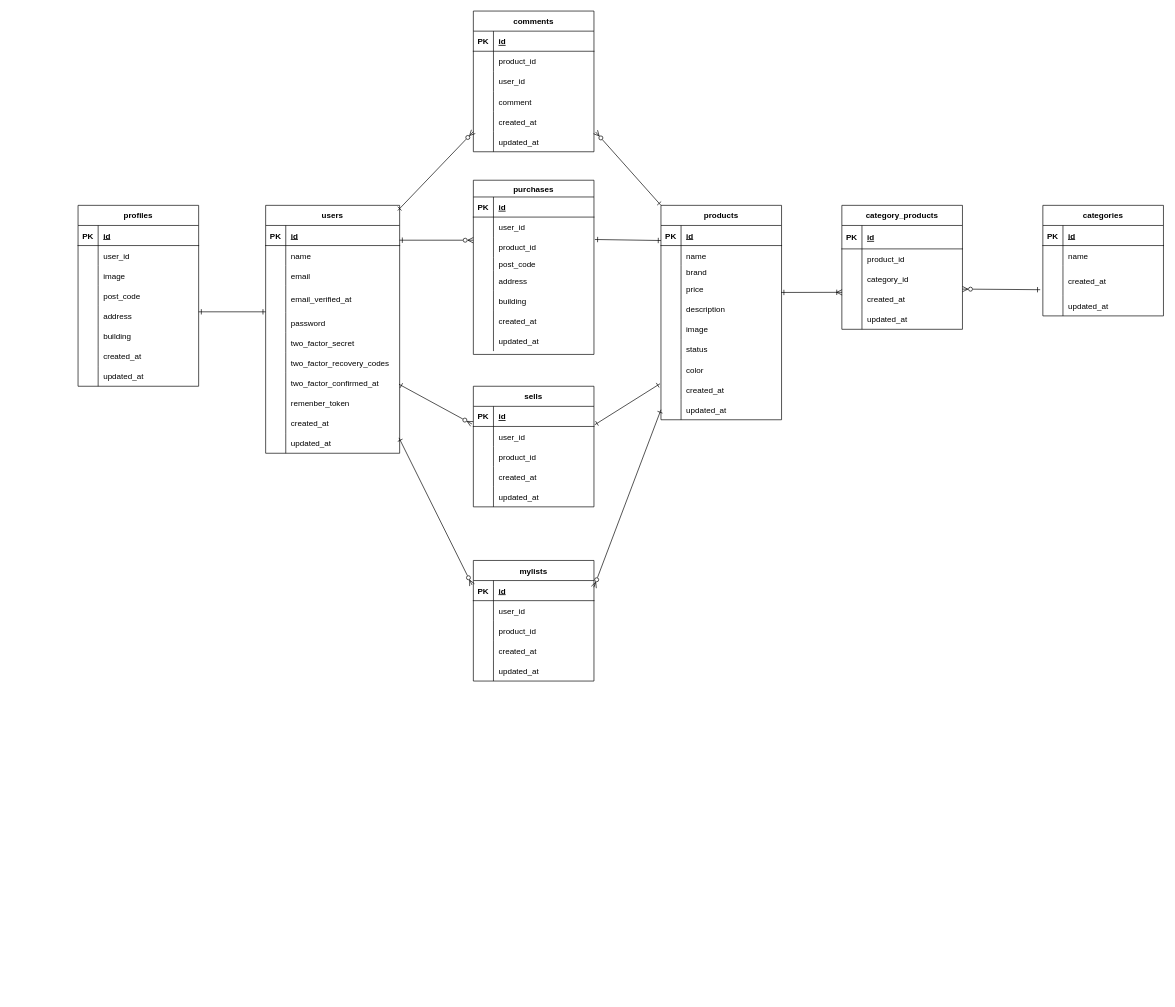
The draw.io diagram src/database/er.drawio in NaoyaNoro/coachtech-market, before the edit. Source tidied: cells renumbered, new cells numbered last; positions are measured from the earlier drawing's top-left corner, leaving out a move shared by most shapes. Both pictures are drawn from the tidied source at 67%, with x=0, y=0 at pixel (78, 11).
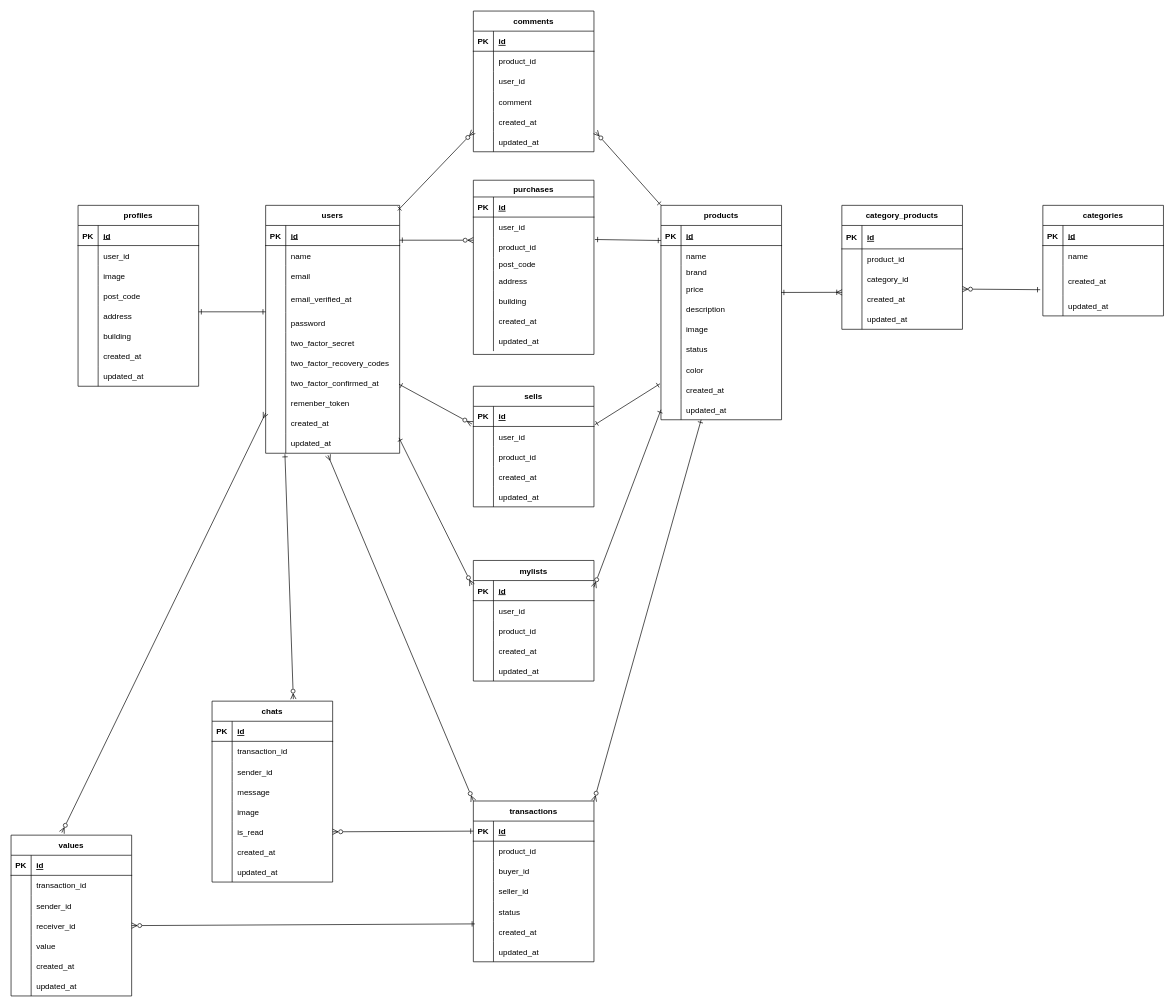
The same page after the edit.

Unchanged cells that the change refers to:
```xml
<mxCell id="58" style="shape=tableRow;horizontal=0;startSize=0;swimlaneHead=0;swimlaneBody=0;fillColor=none;points=[[0,0.5],[1,0.5]];portConstraint=eastwest;top=0;left=0;right=0;bottom=0;shadow=0;" parent="27" vertex="1">
  <mxGeometry y="340" width="200" height="30" as="geometry" />
</mxCell>
```

Diff of the diagram source:
```diff
@@
+    <mxCell id="208" value="transactions" style="shape=table;startSize=30;childLayout=tableLayout;rowLines=0;fontStyle=1;align=center;" parent="1" vertex="1">
+      <mxGeometry x="590" y="1179" width="180" height="240" as="geometry" />
+    </mxCell>
+    <mxCell id="209" style="shape=tableRow;horizontal=0;startSize=0;swimlaneHead=0;swimlaneBody=0;fillColor=none;points=[[0,0.5],[1,0.5]];portConstraint=eastwest;top=0;left=0;right=0;bottom=1;" parent="208" vertex="1">
+      <mxGeometry y="30" width="180" height="30" as="geometry" />
+    </mxCell>
+    <mxCell id="210" value="PK" style="shape=partialRectangle;fillColor=none;top=0;left=0;bottom=0;right=0;fontStyle=1;overflow=hidden;" parent="209" vertex="1">
+      <mxGeometry width="30" height="30" as="geometry" />
+    </mxCell>
+    <mxCell id="211" value="id" style="shape=partialRectangle;fillColor=none;top=0;left=0;bottom=0;right=0;align=left;spacingLeft=6;fontStyle=5;overflow=hidden;" parent="209" vertex="1">
+      <mxGeometry x="30" width="150" height="30" as="geometry" />
+    </mxCell>
+    <mxCell id="212" style="shape=tableRow;horizontal=0;startSize=0;swimlaneHead=0;swimlaneBody=0;fillColor=none;top=0;left=0;right=0;bottom=0;" parent="208" vertex="1">
+      <mxGeometry y="60" width="180" height="30" as="geometry" />
+    </mxCell>
+    <mxCell id="213" style="shape=partialRectangle;fillColor=none;top=0;left=0;bottom=0;right=0;overflow=hidden;" parent="212" vertex="1">
+      <mxGeometry width="30" height="30" as="geometry" />
+    </mxCell>
+    <mxCell id="214" value="product_id" style="shape=partialRectangle;fillColor=none;top=0;left=0;bottom=0;right=0;align=left;spacingLeft=6;overflow=hidden;" parent="212" vertex="1">
+      <mxGeometry x="30" width="150" height="30" as="geometry" />
+    </mxCell>
+    <mxCell id="215" style="shape=tableRow;horizontal=0;startSize=0;swimlaneHead=0;swimlaneBody=0;fillColor=none;top=0;left=0;right=0;bottom=0;" parent="208" vertex="1">
+      <mxGeometry y="90" width="180" height="30" as="geometry" />
+    </mxCell>
+    <mxCell id="216" style="shape=partialRectangle;fillColor=none;top=0;left=0;bottom=0;right=0;overflow=hidden;" parent="215" vertex="1">
+      <mxGeometry width="30" height="30" as="geometry" />
+    </mxCell>
+    <mxCell id="217" value="buyer_id" style="shape=partialRectangle;fillColor=none;top=0;left=0;bottom=0;right=0;align=left;spacingLeft=6;overflow=hidden;" parent="215" vertex="1">
+      <mxGeometry x="30" width="150" height="30" as="geometry" />
+    </mxCell>
+    <mxCell id="218" style="shape=tableRow;horizontal=0;startSize=0;swimlaneHead=0;swimlaneBody=0;fillColor=none;top=0;left=0;right=0;bottom=0;" parent="208" vertex="1">
+      <mxGeometry y="120" width="180" height="30" as="geometry" />
+    </mxCell>
+    <mxCell id="219" style="shape=partialRectangle;fillColor=none;top=0;left=0;bottom=0;right=0;overflow=hidden;" parent="218" vertex="1">
+      <mxGeometry width="30" height="30" as="geometry" />
+    </mxCell>
+    <mxCell id="220" value="seller_id" style="shape=partialRectangle;fillColor=none;top=0;left=0;bottom=0;right=0;align=left;spacingLeft=6;overflow=hidden;" parent="218" vertex="1">
+      <mxGeometry x="30" width="150" height="30" as="geometry" />
+    </mxCell>
+    <mxCell id="221" style="shape=tableRow;horizontal=0;startSize=0;swimlaneHead=0;swimlaneBody=0;fillColor=none;top=0;left=0;right=0;bottom=0;" parent="208" vertex="1">
+      <mxGeometry y="150" width="180" height="30" as="geometry" />
+    </mxCell>
+    <mxCell id="222" style="shape=partialRectangle;fillColor=none;top=0;left=0;bottom=0;right=0;overflow=hidden;" parent="221" vertex="1">
+      <mxGeometry width="30" height="30" as="geometry" />
+    </mxCell>
+    <mxCell id="223" value="status" style="shape=partialRectangle;fillColor=none;top=0;left=0;bottom=0;right=0;align=left;spacingLeft=6;overflow=hidden;" parent="221" vertex="1">
+      <mxGeometry x="30" width="150" height="30" as="geometry" />
+    </mxCell>
+    <mxCell id="224" style="shape=tableRow;horizontal=0;startSize=0;swimlaneHead=0;swimlaneBody=0;fillColor=none;points=[[0,0.5],[1,0.5]];portConstraint=eastwest;top=0;left=0;right=0;bottom=0;shadow=0;" parent="208" vertex="1">
+      <mxGeometry y="180" width="180" height="30" as="geometry" />
+    </mxCell>
+    <mxCell id="225" style="shape=partialRectangle;fillColor=none;top=0;left=0;bottom=0;right=0;overflow=hidden;" parent="224" vertex="1">
+      <mxGeometry width="30" height="30" as="geometry" />
+    </mxCell>
+    <mxCell id="226" value="created_at" style="shape=partialRectangle;fillColor=none;top=0;left=0;bottom=0;right=0;align=left;spacingLeft=6;overflow=hidden;" parent="224" vertex="1">
+      <mxGeometry x="30" width="150" height="30" as="geometry" />
+    </mxCell>
+    <mxCell id="227" style="shape=tableRow;horizontal=0;startSize=0;swimlaneHead=0;swimlaneBody=0;fillColor=none;top=0;left=0;right=0;bottom=0;shadow=0;" parent="208" vertex="1">
+      <mxGeometry y="210" width="180" height="30" as="geometry" />
+    </mxCell>
+    <mxCell id="228" style="shape=partialRectangle;fillColor=none;top=0;left=0;bottom=0;right=0;overflow=hidden;" parent="227" vertex="1">
+      <mxGeometry width="30" height="30" as="geometry" />
+    </mxCell>
+    <mxCell id="229" value="updated_at" style="shape=partialRectangle;fillColor=none;top=0;left=0;bottom=0;right=0;align=left;spacingLeft=6;overflow=hidden;" parent="227" vertex="1">
+      <mxGeometry x="30" width="150" height="30" as="geometry" />
+    </mxCell>
+    <mxCell id="230" style="edgeStyle=none;html=1;exitX=1;exitY=0;exitDx=0;exitDy=0;entryX=0.997;entryY=0.226;entryDx=0;entryDy=0;startArrow=ERzeroToMany;startFill=0;endArrow=ERone;endFill=0;entryPerimeter=0;" parent="1" edge="1" source="208">
+      <mxGeometry relative="1" as="geometry">
+        <mxPoint x="930" y="610" as="targetPoint" />
+      </mxGeometry>
+    </mxCell>
+    <mxCell id="231" style="edgeStyle=none;html=1;entryX=0.465;entryY=1.1;entryDx=0;entryDy=0;startArrow=ERzeroToMany;startFill=0;endArrow=ERmany;endFill=0;entryPerimeter=0;exitX=0;exitY=0;exitDx=0;exitDy=0;" parent="1" edge="1" source="208" target="58">
+      <mxGeometry relative="1" as="geometry" />
+    </mxCell>
+    <mxCell id="232" value="chats" style="shape=table;startSize=30;childLayout=tableLayout;rowLines=0;fontStyle=1;align=center;" parent="1" vertex="1">
+      <mxGeometry x="200" y="1030" width="180" height="270" as="geometry" />
+    </mxCell>
+    <mxCell id="233" style="shape=tableRow;horizontal=0;startSize=0;swimlaneHead=0;swimlaneBody=0;fillColor=none;top=0;left=0;right=0;bottom=1;" parent="232" vertex="1">
+      <mxGeometry y="30" width="180" height="30" as="geometry" />
+    </mxCell>
+    <mxCell id="234" value="PK" style="shape=partialRectangle;fillColor=none;top=0;left=0;bottom=0;right=0;fontStyle=1;overflow=hidden;" parent="233" vertex="1">
+      <mxGeometry width="30" height="30" as="geometry" />
+    </mxCell>
+    <mxCell id="235" value="id" style="shape=partialRectangle;fillColor=none;top=0;left=0;bottom=0;right=0;align=left;spacingLeft=6;fontStyle=5;overflow=hidden;" parent="233" vertex="1">
+      <mxGeometry x="30" width="150" height="30" as="geometry" />
+    </mxCell>
+    <mxCell id="236" style="shape=tableRow;horizontal=0;startSize=0;swimlaneHead=0;swimlaneBody=0;fillColor=none;top=0;left=0;right=0;bottom=0;" parent="232" vertex="1">
+      <mxGeometry y="60" width="180" height="30" as="geometry" />
+    </mxCell>
+    <mxCell id="237" style="shape=partialRectangle;fillColor=none;top=0;left=0;bottom=0;right=0;overflow=hidden;" parent="236" vertex="1">
+      <mxGeometry width="30" height="30" as="geometry" />
+    </mxCell>
+    <mxCell id="238" value="transaction_id" style="shape=partialRectangle;fillColor=none;top=0;left=0;bottom=0;right=0;align=left;spacingLeft=6;overflow=hidden;" parent="236" vertex="1">
+      <mxGeometry x="30" width="150" height="30" as="geometry" />
+    </mxCell>
+    <mxCell id="239" style="shape=tableRow;horizontal=0;startSize=0;swimlaneHead=0;swimlaneBody=0;fillColor=none;top=0;left=0;right=0;bottom=0;" parent="232" vertex="1">
+      <mxGeometry y="90" width="180" height="30" as="geometry" />
+    </mxCell>
+    <mxCell id="240" style="shape=partialRectangle;fillColor=none;top=0;left=0;bottom=0;right=0;overflow=hidden;" parent="239" vertex="1">
+      <mxGeometry width="30" height="30" as="geometry" />
+    </mxCell>
+    <mxCell id="241" value="sender_id" style="shape=partialRectangle;fillColor=none;top=0;left=0;bottom=0;right=0;align=left;spacingLeft=6;overflow=hidden;" parent="239" vertex="1">
+      <mxGeometry x="30" width="150" height="30" as="geometry" />
+    </mxCell>
+    <mxCell id="242" style="shape=tableRow;horizontal=0;startSize=0;swimlaneHead=0;swimlaneBody=0;fillColor=none;top=0;left=0;right=0;bottom=0;" parent="232" vertex="1">
+      <mxGeometry y="120" width="180" height="30" as="geometry" />
+    </mxCell>
+    <mxCell id="243" style="shape=partialRectangle;fillColor=none;top=0;left=0;bottom=0;right=0;overflow=hidden;" parent="242" vertex="1">
+      <mxGeometry width="30" height="30" as="geometry" />
+    </mxCell>
+    <mxCell id="244" value="message" style="shape=partialRectangle;fillColor=none;top=0;left=0;bottom=0;right=0;align=left;spacingLeft=6;overflow=hidden;" parent="242" vertex="1">
+      <mxGeometry x="30" width="150" height="30" as="geometry" />
+    </mxCell>
+    <mxCell id="245" style="shape=tableRow;horizontal=0;startSize=0;swimlaneHead=0;swimlaneBody=0;fillColor=none;top=0;left=0;right=0;bottom=0;" parent="232" vertex="1">
+      <mxGeometry y="150" width="180" height="30" as="geometry" />
+    </mxCell>
+    <mxCell id="246" style="shape=partialRectangle;fillColor=none;top=0;left=0;bottom=0;right=0;overflow=hidden;" parent="245" vertex="1">
+      <mxGeometry width="30" height="30" as="geometry" />
+    </mxCell>
+    <mxCell id="247" value="image" style="shape=partialRectangle;fillColor=none;top=0;left=0;bottom=0;right=0;align=left;spacingLeft=6;overflow=hidden;" parent="245" vertex="1">
+      <mxGeometry x="30" width="150" height="30" as="geometry" />
+    </mxCell>
+    <mxCell id="248" style="shape=tableRow;horizontal=0;startSize=0;swimlaneHead=0;swimlaneBody=0;fillColor=none;points=[[0,0.5],[1,0.5]];portConstraint=eastwest;top=0;left=0;right=0;bottom=0;" parent="232" vertex="1">
+      <mxGeometry y="180" width="180" height="30" as="geometry" />
+    </mxCell>
+    <mxCell id="249" style="shape=partialRectangle;fillColor=none;top=0;left=0;bottom=0;right=0;overflow=hidden;" parent="248" vertex="1">
+      <mxGeometry width="30" height="30" as="geometry" />
+    </mxCell>
+    <mxCell id="250" value="is_read" style="shape=partialRectangle;fillColor=none;top=0;left=0;bottom=0;right=0;align=left;spacingLeft=6;overflow=hidden;" parent="248" vertex="1">
+      <mxGeometry x="30" width="150" height="30" as="geometry" />
+    </mxCell>
+    <mxCell id="251" style="shape=tableRow;horizontal=0;startSize=0;swimlaneHead=0;swimlaneBody=0;fillColor=none;top=0;left=0;right=0;bottom=0;shadow=0;" parent="232" vertex="1">
+      <mxGeometry y="210" width="180" height="30" as="geometry" />
+    </mxCell>
+    <mxCell id="252" style="shape=partialRectangle;fillColor=none;top=0;left=0;bottom=0;right=0;overflow=hidden;" parent="251" vertex="1">
+      <mxGeometry width="30" height="30" as="geometry" />
+    </mxCell>
+    <mxCell id="253" value="created_at" style="shape=partialRectangle;fillColor=none;top=0;left=0;bottom=0;right=0;align=left;spacingLeft=6;overflow=hidden;" parent="251" vertex="1">
+      <mxGeometry x="30" width="150" height="30" as="geometry" />
+    </mxCell>
+    <mxCell id="254" style="shape=tableRow;horizontal=0;startSize=0;swimlaneHead=0;swimlaneBody=0;fillColor=none;top=0;left=0;right=0;bottom=0;shadow=0;" parent="232" vertex="1">
+      <mxGeometry y="240" width="180" height="30" as="geometry" />
+    </mxCell>
+    <mxCell id="255" style="shape=partialRectangle;fillColor=none;top=0;left=0;bottom=0;right=0;overflow=hidden;" parent="254" vertex="1">
+      <mxGeometry width="30" height="30" as="geometry" />
+    </mxCell>
+    <mxCell id="256" value="updated_at" style="shape=partialRectangle;fillColor=none;top=0;left=0;bottom=0;right=0;align=left;spacingLeft=6;overflow=hidden;" parent="254" vertex="1">
+      <mxGeometry x="30" width="150" height="30" as="geometry" />
+    </mxCell>
+    <mxCell id="257" style="edgeStyle=none;html=1;exitX=1;exitY=0.5;exitDx=0;exitDy=0;entryX=0;entryY=0.5;entryDx=0;entryDy=0;startArrow=ERzeroToMany;startFill=0;endArrow=ERone;endFill=0;" parent="1" edge="1" source="248" target="209">
+      <mxGeometry relative="1" as="geometry" />
+    </mxCell>
+    <mxCell id="258" style="edgeStyle=none;html=1;entryX=0.144;entryY=1.046;entryDx=0;entryDy=0;startArrow=ERzeroToMany;startFill=0;endArrow=ERone;endFill=0;entryPerimeter=0;exitX=0.674;exitY=-0.011;exitDx=0;exitDy=0;exitPerimeter=0;" parent="1" edge="1" source="232" target="58">
+      <mxGeometry relative="1" as="geometry" />
+    </mxCell>
+    <mxCell id="259" value="values" style="shape=table;startSize=30;childLayout=tableLayout;rowLines=0;fontStyle=1;align=center;" parent="1" vertex="1">
+      <mxGeometry x="-100" y="1230" width="180" height="240" as="geometry" />
+    </mxCell>
+    <mxCell id="260" style="shape=tableRow;horizontal=0;startSize=0;swimlaneHead=0;swimlaneBody=0;fillColor=none;top=0;left=0;right=0;bottom=1;" parent="259" vertex="1">
+      <mxGeometry y="30" width="180" height="30" as="geometry" />
+    </mxCell>
+    <mxCell id="261" value="PK" style="shape=partialRectangle;fillColor=none;top=0;left=0;bottom=0;right=0;fontStyle=1;overflow=hidden;" parent="260" vertex="1">
+      <mxGeometry width="30" height="30" as="geometry" />
+    </mxCell>
+    <mxCell id="262" value="id" style="shape=partialRectangle;fillColor=none;top=0;left=0;bottom=0;right=0;align=left;spacingLeft=6;fontStyle=5;overflow=hidden;" parent="260" vertex="1">
+      <mxGeometry x="30" width="150" height="30" as="geometry" />
+    </mxCell>
+    <mxCell id="263" style="shape=tableRow;horizontal=0;startSize=0;swimlaneHead=0;swimlaneBody=0;fillColor=none;top=0;left=0;right=0;bottom=0;" parent="259" vertex="1">
+      <mxGeometry y="60" width="180" height="30" as="geometry" />
+    </mxCell>
+    <mxCell id="264" style="shape=partialRectangle;fillColor=none;top=0;left=0;bottom=0;right=0;overflow=hidden;" parent="263" vertex="1">
+      <mxGeometry width="30" height="30" as="geometry" />
+    </mxCell>
+    <mxCell id="265" value="transaction_id" style="shape=partialRectangle;fillColor=none;top=0;left=0;bottom=0;right=0;align=left;spacingLeft=6;overflow=hidden;" parent="263" vertex="1">
+      <mxGeometry x="30" width="150" height="30" as="geometry" />
+    </mxCell>
+    <mxCell id="266" style="shape=tableRow;horizontal=0;startSize=0;swimlaneHead=0;swimlaneBody=0;fillColor=none;top=0;left=0;right=0;bottom=0;" parent="259" vertex="1">
+      <mxGeometry y="90" width="180" height="30" as="geometry" />
+    </mxCell>
+    <mxCell id="267" style="shape=partialRectangle;fillColor=none;top=0;left=0;bottom=0;right=0;overflow=hidden;" parent="266" vertex="1">
+      <mxGeometry width="30" height="30" as="geometry" />
+    </mxCell>
+    <mxCell id="268" value="sender_id" style="shape=partialRectangle;fillColor=none;top=0;left=0;bottom=0;right=0;align=left;spacingLeft=6;overflow=hidden;" parent="266" vertex="1">
+      <mxGeometry x="30" width="150" height="30" as="geometry" />
+    </mxCell>
+    <mxCell id="269" style="shape=tableRow;horizontal=0;startSize=0;swimlaneHead=0;swimlaneBody=0;fillColor=none;points=[[0,0.5],[1,0.5]];portConstraint=eastwest;top=0;left=0;right=0;bottom=0;" parent="259" vertex="1">
+      <mxGeometry y="120" width="180" height="30" as="geometry" />
+    </mxCell>
+    <mxCell id="270" style="shape=partialRectangle;fillColor=none;top=0;left=0;bottom=0;right=0;overflow=hidden;" parent="269" vertex="1">
+      <mxGeometry width="30" height="30" as="geometry" />
+    </mxCell>
+    <mxCell id="271" value="receiver_id" style="shape=partialRectangle;fillColor=none;top=0;left=0;bottom=0;right=0;align=left;spacingLeft=6;overflow=hidden;" parent="269" vertex="1">
+      <mxGeometry x="30" width="150" height="30" as="geometry" />
+    </mxCell>
+    <mxCell id="272" style="shape=tableRow;horizontal=0;startSize=0;swimlaneHead=0;swimlaneBody=0;fillColor=none;top=0;left=0;right=0;bottom=0;" parent="259" vertex="1">
+      <mxGeometry y="150" width="180" height="30" as="geometry" />
+    </mxCell>
+    <mxCell id="273" style="shape=partialRectangle;fillColor=none;top=0;left=0;bottom=0;right=0;overflow=hidden;" parent="272" vertex="1">
+      <mxGeometry width="30" height="30" as="geometry" />
+    </mxCell>
+    <mxCell id="274" value="value" style="shape=partialRectangle;fillColor=none;top=0;left=0;bottom=0;right=0;align=left;spacingLeft=6;overflow=hidden;" parent="272" vertex="1">
+      <mxGeometry x="30" width="150" height="30" as="geometry" />
+    </mxCell>
+    <mxCell id="275" style="shape=tableRow;horizontal=0;startSize=0;swimlaneHead=0;swimlaneBody=0;fillColor=none;top=0;left=0;right=0;bottom=0;shadow=0;" parent="259" vertex="1">
+      <mxGeometry y="180" width="180" height="30" as="geometry" />
+    </mxCell>
+    <mxCell id="276" style="shape=partialRectangle;fillColor=none;top=0;left=0;bottom=0;right=0;overflow=hidden;" parent="275" vertex="1">
+      <mxGeometry width="30" height="30" as="geometry" />
+    </mxCell>
+    <mxCell id="277" value="created_at" style="shape=partialRectangle;fillColor=none;top=0;left=0;bottom=0;right=0;align=left;spacingLeft=6;overflow=hidden;" parent="275" vertex="1">
+      <mxGeometry x="30" width="150" height="30" as="geometry" />
+    </mxCell>
+    <mxCell id="278" style="shape=tableRow;horizontal=0;startSize=0;swimlaneHead=0;swimlaneBody=0;fillColor=none;top=0;left=0;right=0;bottom=0;shadow=0;" parent="259" vertex="1">
+      <mxGeometry y="210" width="180" height="30" as="geometry" />
+    </mxCell>
+    <mxCell id="279" style="shape=partialRectangle;fillColor=none;top=0;left=0;bottom=0;right=0;overflow=hidden;" parent="278" vertex="1">
+      <mxGeometry width="30" height="30" as="geometry" />
+    </mxCell>
+    <mxCell id="280" value="updated_at" style="shape=partialRectangle;fillColor=none;top=0;left=0;bottom=0;right=0;align=left;spacingLeft=6;overflow=hidden;" parent="278" vertex="1">
+      <mxGeometry x="30" width="150" height="30" as="geometry" />
+    </mxCell>
+    <mxCell id="281" style="edgeStyle=none;html=1;exitX=1;exitY=0.5;exitDx=0;exitDy=0;entryX=0.012;entryY=0.115;entryDx=0;entryDy=0;startArrow=ERzeroToMany;startFill=0;endArrow=ERone;endFill=0;entryPerimeter=0;" parent="1" edge="1" source="269" target="224">
+      <mxGeometry relative="1" as="geometry" />
+    </mxCell>
+    <mxCell id="282" style="edgeStyle=none;html=1;entryX=0.465;entryY=1.1;entryDx=0;entryDy=0;startArrow=ERzeroToMany;startFill=0;endArrow=ERmany;endFill=0;entryPerimeter=0;exitX=0.421;exitY=-0.016;exitDx=0;exitDy=0;exitPerimeter=0;" parent="1" edge="1" source="259">
+      <mxGeometry relative="1" as="geometry">
+        <mxPoint x="280" y="600" as="targetPoint" />
+      </mxGeometry>
+    </mxCell>
```
